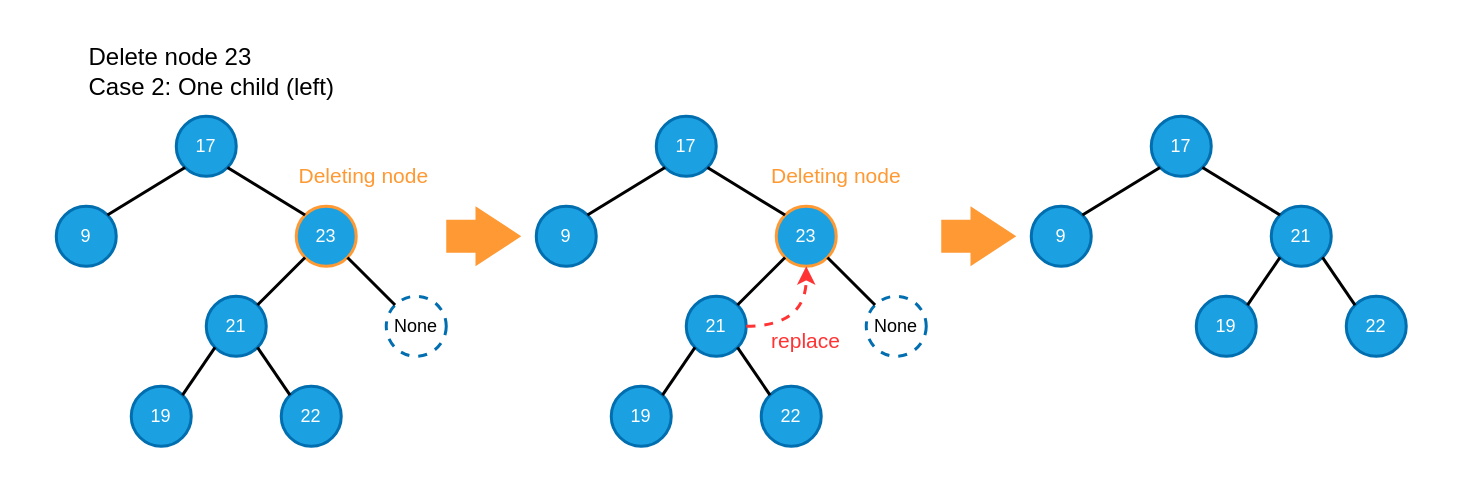
Above: page "one_child_left_t" (3 of 10) of diagrams/bst_delete.drawio in burpeesDaily/forest-python (draw.io), before the change. Source tidied: cells renumbered, new cells numbered last; positions are measured from the earlier drawing's top-left corner, leaving out a move shared by most shapes. Both pictures are drawn from the tidied source at 150%, with x=0, y=0 at pixel (26, 26).
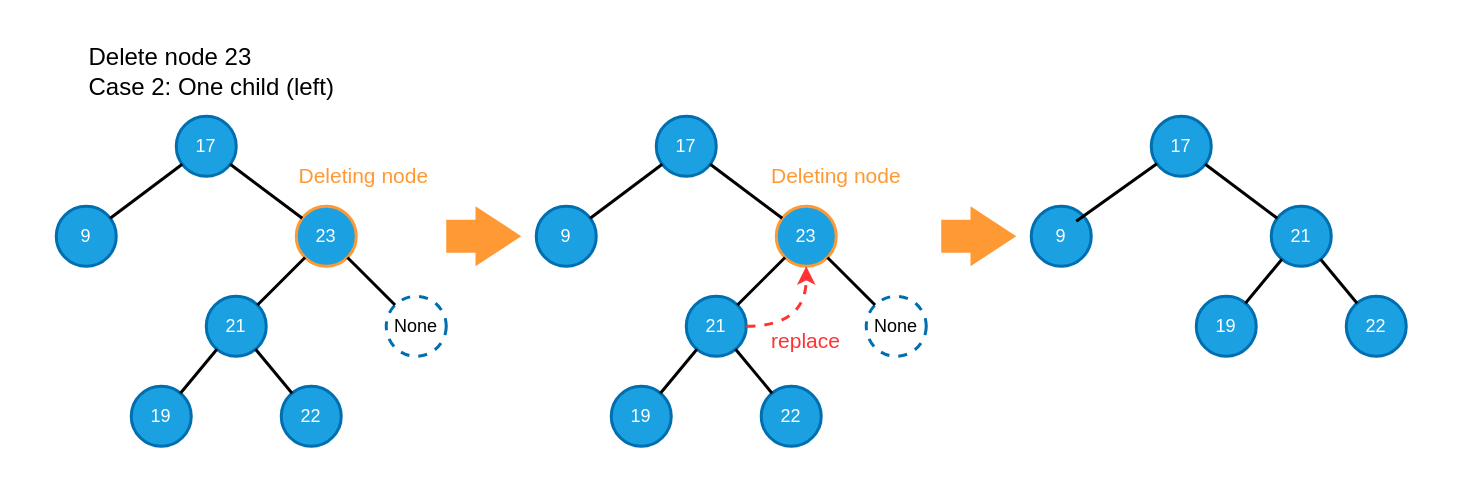
The same page after the edit.

Unchanged cells that the change refers to:
```xml
<mxCell id="3" value="17" style="ellipse;whiteSpace=wrap;html=1;strokeColor=#006EAF;strokeWidth=2;fillColor=#1ba1e2;fontColor=#ffffff;" parent="1" vertex="1">
  <mxGeometry x="100" y="60" width="40" height="40" as="geometry" />
</mxCell>
<mxCell id="4" value="9" style="ellipse;whiteSpace=wrap;html=1;strokeColor=#006EAF;strokeWidth=2;fillColor=#1ba1e2;fontColor=#ffffff;" parent="1" vertex="1">
  <mxGeometry x="20" y="120" width="40" height="40" as="geometry" />
</mxCell>
<mxCell id="5" value="23" style="ellipse;whiteSpace=wrap;html=1;strokeColor=#FF9933;strokeWidth=2;fillColor=#1ba1e2;fontColor=#ffffff;" parent="1" vertex="1">
  <mxGeometry x="180" y="120" width="40" height="40" as="geometry" />
</mxCell>
<mxCell id="6" value="22" style="ellipse;whiteSpace=wrap;html=1;strokeColor=#006EAF;strokeWidth=2;fillColor=#1ba1e2;fontColor=#ffffff;" parent="1" vertex="1">
  <mxGeometry x="170" y="240" width="40" height="40" as="geometry" />
</mxCell>
<mxCell id="7" value="21" style="ellipse;whiteSpace=wrap;html=1;strokeColor=#006EAF;strokeWidth=2;fillColor=#1ba1e2;fontColor=#ffffff;" parent="1" vertex="1">
  <mxGeometry x="120" y="180" width="40" height="40" as="geometry" />
</mxCell>
<mxCell id="13" value="19" style="ellipse;whiteSpace=wrap;html=1;strokeColor=#006EAF;strokeWidth=2;fillColor=#1ba1e2;fontColor=#ffffff;" parent="1" vertex="1">
  <mxGeometry x="70" y="240" width="40" height="40" as="geometry" />
</mxCell>
<mxCell id="16" value="&lt;font color=&quot;#000000&quot;&gt;None&lt;/font&gt;" style="ellipse;whiteSpace=wrap;html=1;strokeColor=#006EAF;strokeWidth=2;fillColor=none;fontColor=#ffffff;dashed=1;" parent="1" vertex="1">
  <mxGeometry x="240" y="180" width="40" height="40" as="geometry" />
</mxCell>
<mxCell id="18" value="17" style="ellipse;whiteSpace=wrap;html=1;strokeColor=#006EAF;strokeWidth=2;fillColor=#1ba1e2;fontColor=#ffffff;" parent="1" vertex="1">
  <mxGeometry x="420" y="60" width="40" height="40" as="geometry" />
</mxCell>
<mxCell id="19" value="9" style="ellipse;whiteSpace=wrap;html=1;strokeColor=#006EAF;strokeWidth=2;fillColor=#1ba1e2;fontColor=#ffffff;" parent="1" vertex="1">
  <mxGeometry x="340" y="120" width="40" height="40" as="geometry" />
</mxCell>
<mxCell id="20" value="23" style="ellipse;whiteSpace=wrap;html=1;strokeColor=#FF9933;strokeWidth=2;fillColor=#1ba1e2;fontColor=#ffffff;" parent="1" vertex="1">
  <mxGeometry x="500" y="120" width="40" height="40" as="geometry" />
</mxCell>
<mxCell id="21" value="22" style="ellipse;whiteSpace=wrap;html=1;strokeColor=#006EAF;strokeWidth=2;fillColor=#1ba1e2;fontColor=#ffffff;" parent="1" vertex="1">
  <mxGeometry x="490" y="240" width="40" height="40" as="geometry" />
</mxCell>
<mxCell id="22" value="21" style="ellipse;whiteSpace=wrap;html=1;strokeColor=#006EAF;strokeWidth=2;fillColor=#1ba1e2;fontColor=#ffffff;" parent="1" vertex="1">
  <mxGeometry x="440" y="180" width="40" height="40" as="geometry" />
</mxCell>
<mxCell id="27" value="19" style="ellipse;whiteSpace=wrap;html=1;strokeColor=#006EAF;strokeWidth=2;fillColor=#1ba1e2;fontColor=#ffffff;" parent="1" vertex="1">
  <mxGeometry x="390" y="240" width="40" height="40" as="geometry" />
</mxCell>
<mxCell id="31" value="&lt;font color=&quot;#000000&quot;&gt;None&lt;/font&gt;" style="ellipse;whiteSpace=wrap;html=1;strokeColor=#006EAF;strokeWidth=2;fillColor=none;fontColor=#ffffff;dashed=1;" parent="1" vertex="1">
  <mxGeometry x="560" y="180" width="40" height="40" as="geometry" />
</mxCell>
<mxCell id="35" value="17" style="ellipse;whiteSpace=wrap;html=1;strokeColor=#006EAF;strokeWidth=2;fillColor=#1ba1e2;fontColor=#ffffff;" parent="1" vertex="1">
  <mxGeometry x="750" y="60" width="40" height="40" as="geometry" />
</mxCell>
<mxCell id="36" value="9" style="ellipse;whiteSpace=wrap;html=1;strokeColor=#006EAF;strokeWidth=2;fillColor=#1ba1e2;fontColor=#ffffff;" parent="1" vertex="1">
  <mxGeometry x="670" y="120" width="40" height="40" as="geometry" />
</mxCell>
<mxCell id="37" value="22" style="ellipse;whiteSpace=wrap;html=1;strokeColor=#006EAF;strokeWidth=2;fillColor=#1ba1e2;fontColor=#ffffff;" parent="1" vertex="1">
  <mxGeometry x="880" y="180" width="40" height="40" as="geometry" />
</mxCell>
<mxCell id="38" value="21" style="ellipse;whiteSpace=wrap;html=1;strokeColor=#006EAF;strokeWidth=2;fillColor=#1ba1e2;fontColor=#ffffff;" parent="1" vertex="1">
  <mxGeometry x="830" y="120" width="40" height="40" as="geometry" />
</mxCell>
<mxCell id="41" value="19" style="ellipse;whiteSpace=wrap;html=1;strokeColor=#006EAF;strokeWidth=2;fillColor=#1ba1e2;fontColor=#ffffff;" parent="1" vertex="1">
  <mxGeometry x="780" y="180" width="40" height="40" as="geometry" />
</mxCell>
```

Change to the diagram source:
```diff
@@
-    <mxCell id="8" style="endArrow=none;html=1;strokeColor=#000000;strokeWidth=2;exitX=0;exitY=1;exitDx=0;exitDy=0;entryX=1;entryY=0;entryDx=0;entryDy=0;" parent="1" edge="1" source="3" target="4">
+    <mxCell id="8" style="endArrow=none;html=1;strokeColor=#000000;strokeWidth=2;" parent="1" edge="1" source="3" target="4">
       <mxGeometry relative="1" as="geometry" />
     </mxCell>
-    <mxCell id="9" style="endArrow=none;html=1;strokeColor=#000000;strokeWidth=2;entryX=1;entryY=1;entryDx=0;entryDy=0;exitX=0;exitY=0;exitDx=0;exitDy=0;" parent="1" edge="1" source="5" target="3">
+    <mxCell id="9" style="endArrow=none;html=1;strokeColor=#000000;strokeWidth=2;" parent="1" edge="1" source="5" target="3">
       <mxGeometry relative="1" as="geometry" />
     </mxCell>
-    <mxCell id="10" style="endArrow=none;html=1;strokeColor=#000000;strokeWidth=2;entryX=0;entryY=1;entryDx=0;entryDy=0;exitX=1;exitY=0;exitDx=0;exitDy=0;" parent="1" edge="1" source="7" target="5">
+    <mxCell id="10" style="endArrow=none;html=1;strokeColor=#000000;strokeWidth=2;" parent="1" edge="1" source="7" target="5">
       <mxGeometry relative="1" as="geometry" />
     </mxCell>
-    <mxCell id="11" style="endArrow=none;html=1;strokeColor=#000000;strokeWidth=2;entryX=0;entryY=0;entryDx=0;entryDy=0;exitX=1;exitY=1;exitDx=0;exitDy=0;" parent="1" edge="1" source="7" target="6">
+    <mxCell id="11" style="endArrow=none;html=1;strokeColor=#000000;strokeWidth=2;" parent="1" edge="1" source="7" target="6">
       <mxGeometry relative="1" as="geometry" />
     </mxCell>
@@
-    <mxCell id="14" style="endArrow=none;html=1;strokeColor=#000000;strokeWidth=2;exitX=0;exitY=1;exitDx=0;exitDy=0;entryX=1;entryY=0;entryDx=0;entryDy=0;fontStyle=1;" parent="1" edge="1" source="7" target="13">
+    <mxCell id="14" style="endArrow=none;html=1;strokeColor=#000000;strokeWidth=2;fontStyle=1;" parent="1" edge="1" source="7" target="13">
       <mxGeometry relative="1" as="geometry" />
     </mxCell>
@@
-    <mxCell id="17" style="endArrow=none;html=1;strokeColor=#000000;strokeWidth=2;entryX=1;entryY=1;entryDx=0;entryDy=0;exitX=0;exitY=0;exitDx=0;exitDy=0;" parent="1" edge="1" source="16" target="5">
+    <mxCell id="17" style="endArrow=none;html=1;strokeColor=#000000;strokeWidth=2;" parent="1" edge="1" source="16" target="5">
       <mxGeometry relative="1" as="geometry" />
     </mxCell>
@@
-    <mxCell id="23" style="endArrow=none;html=1;strokeColor=#000000;strokeWidth=2;exitX=0;exitY=1;exitDx=0;exitDy=0;entryX=1;entryY=0;entryDx=0;entryDy=0;" parent="1" edge="1" source="18" target="19">
+    <mxCell id="23" style="endArrow=none;html=1;strokeColor=#000000;strokeWidth=2;" parent="1" edge="1" source="18" target="19">
       <mxGeometry relative="1" as="geometry" />
     </mxCell>
-    <mxCell id="24" style="endArrow=none;html=1;strokeColor=#000000;strokeWidth=2;entryX=1;entryY=1;entryDx=0;entryDy=0;exitX=0;exitY=0;exitDx=0;exitDy=0;" parent="1" edge="1" source="20" target="18">
+    <mxCell id="24" style="endArrow=none;html=1;strokeColor=#000000;strokeWidth=2;" parent="1" edge="1" source="20" target="18">
       <mxGeometry relative="1" as="geometry" />
     </mxCell>
-    <mxCell id="25" style="endArrow=none;html=1;strokeColor=#000000;strokeWidth=2;entryX=0;entryY=1;entryDx=0;entryDy=0;exitX=1;exitY=0;exitDx=0;exitDy=0;" parent="1" edge="1" source="22" target="20">
+    <mxCell id="25" style="endArrow=none;html=1;strokeColor=#000000;strokeWidth=2;" parent="1" edge="1" source="22" target="20">
       <mxGeometry relative="1" as="geometry" />
     </mxCell>
-    <mxCell id="26" style="endArrow=none;html=1;strokeColor=#000000;strokeWidth=2;entryX=0;entryY=0;entryDx=0;entryDy=0;exitX=1;exitY=1;exitDx=0;exitDy=0;" parent="1" edge="1" source="22" target="21">
+    <mxCell id="26" style="endArrow=none;html=1;strokeColor=#000000;strokeWidth=2;" parent="1" edge="1" source="22" target="21">
       <mxGeometry relative="1" as="geometry" />
     </mxCell>
@@
-    <mxCell id="28" style="endArrow=none;html=1;strokeColor=#000000;strokeWidth=2;exitX=0;exitY=1;exitDx=0;exitDy=0;entryX=1;entryY=0;entryDx=0;entryDy=0;fontStyle=1;" parent="1" edge="1" source="22" target="27">
+    <mxCell id="28" style="endArrow=none;html=1;strokeColor=#000000;strokeWidth=2;fontStyle=1;" parent="1" edge="1" source="22" target="27">
       <mxGeometry relative="1" as="geometry" />
     </mxCell>
@@
-    <mxCell id="32" style="endArrow=none;html=1;strokeColor=#000000;strokeWidth=2;entryX=1;entryY=1;entryDx=0;entryDy=0;exitX=0;exitY=0;exitDx=0;exitDy=0;" parent="1" edge="1" source="31" target="20">
+    <mxCell id="32" style="endArrow=none;html=1;strokeColor=#000000;strokeWidth=2;" parent="1" edge="1" source="31" target="20">
       <mxGeometry relative="1" as="geometry" />
     </mxCell>
@@
-    <mxCell id="39" style="endArrow=none;html=1;strokeColor=#000000;strokeWidth=2;exitX=0;exitY=1;exitDx=0;exitDy=0;entryX=1;entryY=0;entryDx=0;entryDy=0;" parent="1" edge="1" source="35" target="36">
-      <mxGeometry relative="1" as="geometry" />
+    <mxCell id="39" style="endArrow=none;html=1;strokeColor=#000000;strokeWidth=2;" parent="1" edge="1" source="35">
+      <mxGeometry relative="1" as="geometry">
+        <mxPoint x="700" y="130" as="targetPoint" />
+      </mxGeometry>
     </mxCell>
-    <mxCell id="40" style="endArrow=none;html=1;strokeColor=#000000;strokeWidth=2;entryX=0;entryY=0;entryDx=0;entryDy=0;exitX=1;exitY=1;exitDx=0;exitDy=0;" parent="1" edge="1" source="38" target="37">
+    <mxCell id="40" style="endArrow=none;html=1;strokeColor=#000000;strokeWidth=2;" parent="1" edge="1" source="38" target="37">
       <mxGeometry relative="1" as="geometry" />
     </mxCell>
@@
-    <mxCell id="42" style="endArrow=none;html=1;strokeColor=#000000;strokeWidth=2;exitX=0;exitY=1;exitDx=0;exitDy=0;entryX=1;entryY=0;entryDx=0;entryDy=0;fontStyle=1;" parent="1" edge="1" source="38" target="41">
+    <mxCell id="42" style="endArrow=none;html=1;strokeColor=#000000;strokeWidth=2;fontStyle=1;" parent="1" edge="1" source="38" target="41">
       <mxGeometry relative="1" as="geometry" />
     </mxCell>
@@
-    <mxCell id="44" style="endArrow=none;html=1;strokeColor=#000000;strokeWidth=2;exitX=0;exitY=0;exitDx=0;exitDy=0;entryX=1;entryY=1;entryDx=0;entryDy=0;" parent="1" edge="1" source="38" target="35">
+    <mxCell id="44" style="endArrow=none;html=1;strokeColor=#000000;strokeWidth=2;" parent="1" edge="1" source="38" target="35">
       <mxGeometry relative="1" as="geometry" />
     </mxCell>
```
